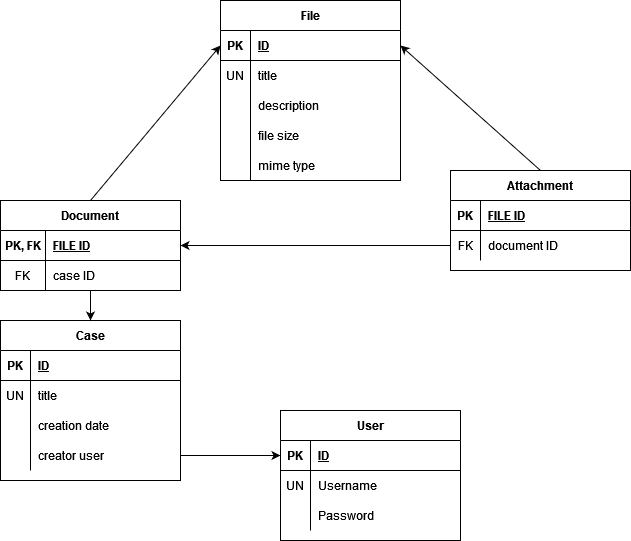
Before: Models/models.drawio.png, a diagram exported from draw.io (EvalVis/Data-storage-simulator). Source tidied: cells renumbered, new cells last; positions are measured from the earlier drawing's top-left corner, leaving out a move shared by most shapes. Its diagram source:
```xml
<mxGraphModel>
  <root>
    <mxCell id="0" />
    <mxCell id="1" parent="0" />
    <mxCell id="2" value="Case" style="shape=table;startSize=30;rowLines=0;fontStyle=1;align=center;" parent="1" vertex="1">
      <mxGeometry y="320" width="180" height="160" as="geometry" />
    </mxCell>
    <mxCell id="3" style="shape=tableRow;horizontal=0;startSize=0;swimlaneHead=0;swimlaneBody=0;fillColor=none;top=0;left=0;right=0;bottom=1;" parent="2" vertex="1">
      <mxGeometry y="30" width="180" height="30" as="geometry" />
    </mxCell>
    <mxCell id="4" value="PK" style="shape=partialRectangle;fillColor=none;top=0;left=0;bottom=0;right=0;fontStyle=1;overflow=hidden;" parent="3" vertex="1">
      <mxGeometry width="30" height="30" as="geometry" />
    </mxCell>
    <mxCell id="5" value="ID" style="shape=partialRectangle;fillColor=none;top=0;left=0;bottom=0;right=0;align=left;spacingLeft=6;fontStyle=5;overflow=hidden;" parent="3" vertex="1">
      <mxGeometry x="30" width="150" height="30" as="geometry" />
    </mxCell>
    <mxCell id="6" style="shape=tableRow;horizontal=0;startSize=0;swimlaneHead=0;swimlaneBody=0;fillColor=none;top=0;left=0;right=0;bottom=0;" parent="2" vertex="1">
      <mxGeometry y="60" width="180" height="30" as="geometry" />
    </mxCell>
    <mxCell id="7" value="UN" style="shape=partialRectangle;fillColor=none;top=0;left=0;bottom=0;right=0;overflow=hidden;" parent="6" vertex="1">
      <mxGeometry width="30" height="30" as="geometry" />
    </mxCell>
    <mxCell id="8" value="title" style="shape=partialRectangle;fillColor=none;top=0;left=0;bottom=0;right=0;align=left;spacingLeft=6;overflow=hidden;" parent="6" vertex="1">
      <mxGeometry x="30" width="150" height="30" as="geometry" />
    </mxCell>
    <mxCell id="9" style="shape=tableRow;horizontal=0;startSize=0;swimlaneHead=0;swimlaneBody=0;fillColor=none;top=0;left=0;right=0;bottom=0;" parent="2" vertex="1">
      <mxGeometry y="90" width="180" height="30" as="geometry" />
    </mxCell>
    <mxCell id="10" style="shape=partialRectangle;fillColor=none;top=0;left=0;bottom=0;right=0;overflow=hidden;" parent="9" vertex="1">
      <mxGeometry width="30" height="30" as="geometry" />
    </mxCell>
    <mxCell id="11" value="creation date" style="shape=partialRectangle;fillColor=none;top=0;left=0;bottom=0;right=0;align=left;spacingLeft=6;overflow=hidden;" parent="9" vertex="1">
      <mxGeometry x="30" width="150" height="30" as="geometry" />
    </mxCell>
    <mxCell id="12" style="shape=tableRow;horizontal=0;startSize=0;swimlaneHead=0;swimlaneBody=0;fillColor=none;points=[[0,0.5],[1,0.5]];portConstraint=eastwest;top=0;left=0;right=0;bottom=0;" parent="2" vertex="1">
      <mxGeometry y="120" width="180" height="30" as="geometry" />
    </mxCell>
    <mxCell id="13" style="shape=partialRectangle;fillColor=none;top=0;left=0;bottom=0;right=0;overflow=hidden;" parent="12" vertex="1">
      <mxGeometry width="30" height="30" as="geometry" />
    </mxCell>
    <mxCell id="14" value="creator user" style="shape=partialRectangle;fillColor=none;top=0;left=0;bottom=0;right=0;align=left;spacingLeft=6;overflow=hidden;" parent="12" vertex="1">
      <mxGeometry x="30" width="150" height="30" as="geometry" />
    </mxCell>
    <mxCell id="15" value="Document" style="shape=table;startSize=30;rowLines=0;fontStyle=1;align=center;" parent="1" vertex="1">
      <mxGeometry y="200" width="180" height="90" as="geometry" />
    </mxCell>
    <mxCell id="16" style="shape=tableRow;horizontal=0;startSize=0;swimlaneHead=0;swimlaneBody=0;fillColor=none;points=[[0,0.5],[1,0.5]];portConstraint=eastwest;top=0;left=0;right=0;bottom=1;" parent="15" vertex="1">
      <mxGeometry y="30" width="180" height="30" as="geometry" />
    </mxCell>
    <mxCell id="17" value="PK, FK" style="shape=partialRectangle;fillColor=none;top=0;left=0;bottom=0;right=0;fontStyle=1;overflow=hidden;" parent="16" vertex="1">
      <mxGeometry width="45" height="30" as="geometry" />
    </mxCell>
    <mxCell id="18" value="FILE ID" style="shape=partialRectangle;fillColor=none;top=0;left=0;bottom=0;right=0;align=left;spacingLeft=6;fontStyle=5;overflow=hidden;" parent="16" vertex="1">
      <mxGeometry x="45" width="135" height="30" as="geometry" />
    </mxCell>
    <mxCell id="19" style="shape=tableRow;horizontal=0;startSize=0;swimlaneHead=0;swimlaneBody=0;fillColor=none;top=0;left=0;right=0;bottom=0;" parent="15" vertex="1">
      <mxGeometry y="60" width="180" height="30" as="geometry" />
    </mxCell>
    <mxCell id="20" value="FK" style="shape=partialRectangle;fillColor=none;top=0;left=0;bottom=0;right=0;overflow=hidden;" parent="19" vertex="1">
      <mxGeometry width="45" height="30" as="geometry" />
    </mxCell>
    <mxCell id="21" value="case ID" style="shape=partialRectangle;fillColor=none;top=0;left=0;bottom=0;right=0;align=left;spacingLeft=6;overflow=hidden;" parent="19" vertex="1">
      <mxGeometry x="45" width="135" height="30" as="geometry" />
    </mxCell>
    <mxCell id="22" value="Attachment" style="shape=table;startSize=30;rowLines=0;fontStyle=1;align=center;" parent="1" vertex="1">
      <mxGeometry x="450" y="170" width="180" height="100" as="geometry" />
    </mxCell>
    <mxCell id="23" style="shape=tableRow;horizontal=0;startSize=0;swimlaneHead=0;swimlaneBody=0;fillColor=none;top=0;left=0;right=0;bottom=1;" parent="22" vertex="1">
      <mxGeometry y="30" width="180" height="30" as="geometry" />
    </mxCell>
    <mxCell id="24" value="PK" style="shape=partialRectangle;fillColor=none;top=0;left=0;bottom=0;right=0;fontStyle=1;overflow=hidden;" parent="23" vertex="1">
      <mxGeometry width="30" height="30" as="geometry" />
    </mxCell>
    <mxCell id="25" value="FILE ID" style="shape=partialRectangle;fillColor=none;top=0;left=0;bottom=0;right=0;align=left;spacingLeft=6;fontStyle=5;overflow=hidden;" parent="23" vertex="1">
      <mxGeometry x="30" width="150" height="30" as="geometry" />
    </mxCell>
    <mxCell id="26" style="shape=tableRow;horizontal=0;startSize=0;swimlaneHead=0;swimlaneBody=0;fillColor=none;points=[[0,0.5],[1,0.5]];portConstraint=eastwest;top=0;left=0;right=0;bottom=0;" parent="22" vertex="1">
      <mxGeometry y="60" width="180" height="30" as="geometry" />
    </mxCell>
    <mxCell id="27" value="FK" style="shape=partialRectangle;fillColor=none;top=0;left=0;bottom=0;right=0;overflow=hidden;" parent="26" vertex="1">
      <mxGeometry width="30" height="30" as="geometry" />
    </mxCell>
    <mxCell id="28" value="document ID" style="shape=partialRectangle;fillColor=none;top=0;left=0;bottom=0;right=0;align=left;spacingLeft=6;overflow=hidden;" parent="26" vertex="1">
      <mxGeometry x="30" width="150" height="30" as="geometry" />
    </mxCell>
    <mxCell id="29" style="endArrow=classic;html=1;rounded=0;entryX=1;entryY=0.5;entryDx=0;entryDy=0;exitX=0;exitY=0.5;exitDx=0;exitDy=0;" parent="1" edge="1" source="26" target="16">
      <mxGeometry relative="1" as="geometry" />
    </mxCell>
    <mxCell id="30" value="User" style="shape=table;startSize=30;rowLines=0;fontStyle=1;align=center;" parent="1" vertex="1">
      <mxGeometry x="280" y="410" width="180" height="130" as="geometry" />
    </mxCell>
    <mxCell id="31" style="shape=tableRow;horizontal=0;startSize=0;swimlaneHead=0;swimlaneBody=0;fillColor=none;points=[[0,0.5],[1,0.5]];portConstraint=eastwest;top=0;left=0;right=0;bottom=1;" parent="30" vertex="1">
      <mxGeometry y="30" width="180" height="30" as="geometry" />
    </mxCell>
    <mxCell id="32" value="PK" style="shape=partialRectangle;fillColor=none;top=0;left=0;bottom=0;right=0;fontStyle=1;overflow=hidden;" parent="31" vertex="1">
      <mxGeometry width="30" height="30" as="geometry" />
    </mxCell>
    <mxCell id="33" value="ID" style="shape=partialRectangle;fillColor=none;top=0;left=0;bottom=0;right=0;align=left;spacingLeft=6;fontStyle=5;overflow=hidden;" parent="31" vertex="1">
      <mxGeometry x="30" width="150" height="30" as="geometry" />
    </mxCell>
    <mxCell id="34" style="shape=tableRow;horizontal=0;startSize=0;swimlaneHead=0;swimlaneBody=0;fillColor=none;top=0;left=0;right=0;bottom=0;" parent="30" vertex="1">
      <mxGeometry y="60" width="180" height="30" as="geometry" />
    </mxCell>
    <mxCell id="35" value="UN" style="shape=partialRectangle;fillColor=none;top=0;left=0;bottom=0;right=0;overflow=hidden;" parent="34" vertex="1">
      <mxGeometry width="30" height="30" as="geometry" />
    </mxCell>
    <mxCell id="36" value="Username" style="shape=partialRectangle;fillColor=none;top=0;left=0;bottom=0;right=0;align=left;spacingLeft=6;overflow=hidden;" parent="34" vertex="1">
      <mxGeometry x="30" width="150" height="30" as="geometry" />
    </mxCell>
    <mxCell id="37" style="shape=tableRow;horizontal=0;startSize=0;swimlaneHead=0;swimlaneBody=0;fillColor=none;top=0;left=0;right=0;bottom=0;" parent="30" vertex="1">
      <mxGeometry y="90" width="180" height="30" as="geometry" />
    </mxCell>
    <mxCell id="38" style="shape=partialRectangle;fillColor=none;top=0;left=0;bottom=0;right=0;overflow=hidden;" parent="37" vertex="1">
      <mxGeometry width="30" height="30" as="geometry" />
    </mxCell>
    <mxCell id="39" value="Password" style="shape=partialRectangle;fillColor=none;top=0;left=0;bottom=0;right=0;align=left;spacingLeft=6;overflow=hidden;" parent="37" vertex="1">
      <mxGeometry x="30" width="150" height="30" as="geometry" />
    </mxCell>
    <mxCell id="40" style="endArrow=classic;html=1;rounded=0;entryX=0;entryY=0.5;entryDx=0;entryDy=0;exitX=1;exitY=0.5;exitDx=0;exitDy=0;" parent="1" edge="1" source="12" target="31">
      <mxGeometry relative="1" as="geometry" />
    </mxCell>
    <mxCell id="41" value="File" style="shape=table;startSize=30;rowLines=0;fontStyle=1;align=center;" parent="1" vertex="1">
      <mxGeometry x="220" width="180" height="180" as="geometry" />
    </mxCell>
    <mxCell id="42" style="shape=tableRow;horizontal=0;startSize=0;swimlaneHead=0;swimlaneBody=0;fillColor=none;points=[[0,0.5],[1,0.5]];portConstraint=eastwest;top=0;left=0;right=0;bottom=1;" parent="41" vertex="1">
      <mxGeometry y="30" width="180" height="30" as="geometry" />
    </mxCell>
    <mxCell id="43" value="PK" style="shape=partialRectangle;fillColor=none;top=0;left=0;bottom=0;right=0;fontStyle=1;overflow=hidden;" parent="42" vertex="1">
      <mxGeometry width="30" height="30" as="geometry" />
    </mxCell>
    <mxCell id="44" value="ID" style="shape=partialRectangle;fillColor=none;top=0;left=0;bottom=0;right=0;align=left;spacingLeft=6;fontStyle=5;overflow=hidden;" parent="42" vertex="1">
      <mxGeometry x="30" width="150" height="30" as="geometry" />
    </mxCell>
    <mxCell id="45" style="shape=tableRow;horizontal=0;startSize=0;swimlaneHead=0;swimlaneBody=0;fillColor=none;top=0;left=0;right=0;bottom=0;" parent="41" vertex="1">
      <mxGeometry y="60" width="180" height="30" as="geometry" />
    </mxCell>
    <mxCell id="46" value="UN" style="shape=partialRectangle;fillColor=none;top=0;left=0;bottom=0;right=0;overflow=hidden;" parent="45" vertex="1">
      <mxGeometry width="30" height="30" as="geometry" />
    </mxCell>
    <mxCell id="47" value="title" style="shape=partialRectangle;fillColor=none;top=0;left=0;bottom=0;right=0;align=left;spacingLeft=6;overflow=hidden;" parent="45" vertex="1">
      <mxGeometry x="30" width="150" height="30" as="geometry" />
    </mxCell>
    <mxCell id="48" style="shape=tableRow;horizontal=0;startSize=0;swimlaneHead=0;swimlaneBody=0;fillColor=none;top=0;left=0;right=0;bottom=0;" parent="41" vertex="1">
      <mxGeometry y="90" width="180" height="30" as="geometry" />
    </mxCell>
    <mxCell id="49" style="shape=partialRectangle;fillColor=none;top=0;left=0;bottom=0;right=0;overflow=hidden;" parent="48" vertex="1">
      <mxGeometry width="30" height="30" as="geometry" />
    </mxCell>
    <mxCell id="50" value="description" style="shape=partialRectangle;fillColor=none;top=0;left=0;bottom=0;right=0;align=left;spacingLeft=6;overflow=hidden;" parent="48" vertex="1">
      <mxGeometry x="30" width="150" height="30" as="geometry" />
    </mxCell>
    <mxCell id="51" style="shape=tableRow;horizontal=0;startSize=0;swimlaneHead=0;swimlaneBody=0;fillColor=none;top=0;left=0;right=0;bottom=0;" parent="41" vertex="1">
      <mxGeometry y="120" width="180" height="30" as="geometry" />
    </mxCell>
    <mxCell id="52" style="shape=partialRectangle;fillColor=none;top=0;left=0;bottom=0;right=0;overflow=hidden;" parent="51" vertex="1">
      <mxGeometry width="30" height="30" as="geometry" />
    </mxCell>
    <mxCell id="53" value="file size" style="shape=partialRectangle;fillColor=none;top=0;left=0;bottom=0;right=0;align=left;spacingLeft=6;overflow=hidden;" parent="51" vertex="1">
      <mxGeometry x="30" width="150" height="30" as="geometry" />
    </mxCell>
    <mxCell id="54" style="shape=tableRow;horizontal=0;startSize=0;swimlaneHead=0;swimlaneBody=0;fillColor=none;top=0;left=0;right=0;bottom=0;" parent="41" vertex="1">
      <mxGeometry y="150" width="180" height="30" as="geometry" />
    </mxCell>
    <mxCell id="55" style="shape=partialRectangle;fillColor=none;top=0;left=0;bottom=0;right=0;overflow=hidden;" parent="54" vertex="1">
      <mxGeometry width="30" height="30" as="geometry" />
    </mxCell>
    <mxCell id="56" value="mime type" style="shape=partialRectangle;fillColor=none;top=0;left=0;bottom=0;right=0;align=left;spacingLeft=6;overflow=hidden;" parent="54" vertex="1">
      <mxGeometry x="30" width="150" height="30" as="geometry" />
    </mxCell>
    <mxCell id="57" style="endArrow=classic;html=1;rounded=0;exitX=0.5;exitY=0;exitDx=0;exitDy=0;entryX=0;entryY=0.5;entryDx=0;entryDy=0;" parent="1" edge="1" source="15" target="42">
      <mxGeometry relative="1" as="geometry" />
    </mxCell>
    <mxCell id="58" style="endArrow=classic;html=1;rounded=0;exitX=0.5;exitY=0;exitDx=0;exitDy=0;entryX=1;entryY=0.5;entryDx=0;entryDy=0;" parent="1" edge="1" source="22" target="42">
      <mxGeometry relative="1" as="geometry" />
    </mxCell>
    <mxCell id="59" style="endArrow=classic;html=1;rounded=0;entryX=0.5;entryY=0;entryDx=0;entryDy=0;" parent="1" edge="1" target="2">
      <mxGeometry relative="1" as="geometry">
        <mxPoint x="90" y="290" as="sourcePoint" />
      </mxGeometry>
    </mxCell>
  </root>
</mxGraphModel>
```
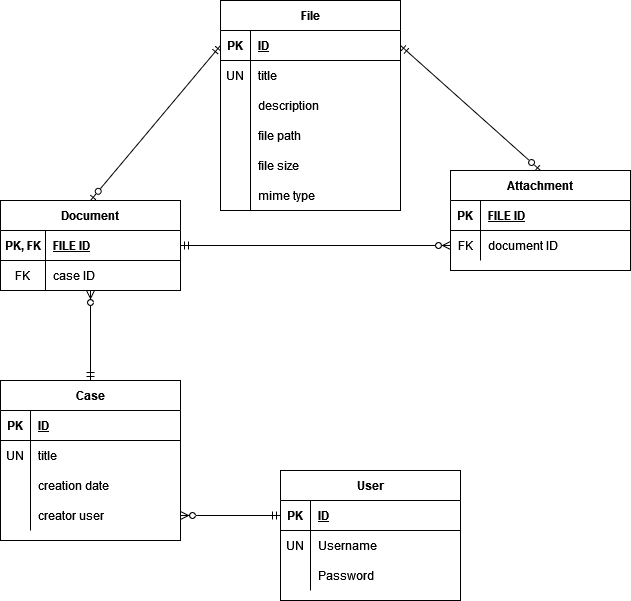
The same file after the commit.

Diff of the diagram source:
```diff
@@ -3,7 +3,7 @@
     <mxCell id="0" />
     <mxCell id="1" parent="0" />
     <mxCell id="2" value="Case" style="shape=table;startSize=30;rowLines=0;fontStyle=1;align=center;" parent="1" vertex="1">
-      <mxGeometry y="320" width="180" height="160" as="geometry" />
+      <mxGeometry y="380" width="180" height="160" as="geometry" />
     </mxCell>
     <mxCell id="3" style="shape=tableRow;horizontal=0;startSize=0;swimlaneHead=0;swimlaneBody=0;fillColor=none;top=0;left=0;right=0;bottom=1;" parent="2" vertex="1">
       <mxGeometry y="30" width="180" height="30" as="geometry" />
@@ -83,11 +83,11 @@
     <mxCell id="28" value="document ID" style="shape=partialRectangle;fillColor=none;top=0;left=0;bottom=0;right=0;align=left;spacingLeft=6;overflow=hidden;" parent="26" vertex="1">
       <mxGeometry x="30" width="150" height="30" as="geometry" />
     </mxCell>
-    <mxCell id="29" style="endArrow=classic;html=1;rounded=0;entryX=1;entryY=0.5;entryDx=0;entryDy=0;exitX=0;exitY=0.5;exitDx=0;exitDy=0;" parent="1" edge="1" source="26" target="16">
+    <mxCell id="29" style="endArrow=ERmandOne;html=1;rounded=0;entryX=1;entryY=0.5;entryDx=0;entryDy=0;exitX=0;exitY=0.5;exitDx=0;exitDy=0;startArrow=ERzeroToMany;startFill=0;endFill=0;" parent="1" edge="1" source="26" target="16">
       <mxGeometry relative="1" as="geometry" />
     </mxCell>
     <mxCell id="30" value="User" style="shape=table;startSize=30;rowLines=0;fontStyle=1;align=center;" parent="1" vertex="1">
-      <mxGeometry x="280" y="410" width="180" height="130" as="geometry" />
+      <mxGeometry x="280" y="470" width="180" height="130" as="geometry" />
     </mxCell>
     <mxCell id="31" style="shape=tableRow;horizontal=0;startSize=0;swimlaneHead=0;swimlaneBody=0;fillColor=none;points=[[0,0.5],[1,0.5]];portConstraint=eastwest;top=0;left=0;right=0;bottom=1;" parent="30" vertex="1">
       <mxGeometry y="30" width="180" height="30" as="geometry" />
@@ -116,11 +116,11 @@
     <mxCell id="39" value="Password" style="shape=partialRectangle;fillColor=none;top=0;left=0;bottom=0;right=0;align=left;spacingLeft=6;overflow=hidden;" parent="37" vertex="1">
       <mxGeometry x="30" width="150" height="30" as="geometry" />
     </mxCell>
-    <mxCell id="40" style="endArrow=classic;html=1;rounded=0;entryX=0;entryY=0.5;entryDx=0;entryDy=0;exitX=1;exitY=0.5;exitDx=0;exitDy=0;" parent="1" edge="1" source="12" target="31">
+    <mxCell id="40" style="endArrow=ERmandOne;html=1;rounded=0;entryX=0;entryY=0.5;entryDx=0;entryDy=0;exitX=1;exitY=0.5;exitDx=0;exitDy=0;endFill=0;startArrow=ERzeroToMany;startFill=0;" parent="1" edge="1" source="12" target="31">
       <mxGeometry relative="1" as="geometry" />
     </mxCell>
     <mxCell id="41" value="File" style="shape=table;startSize=30;rowLines=0;fontStyle=1;align=center;" parent="1" vertex="1">
-      <mxGeometry x="220" width="180" height="180" as="geometry" />
+      <mxGeometry x="220" width="180" height="210" as="geometry" />
     </mxCell>
     <mxCell id="42" style="shape=tableRow;horizontal=0;startSize=0;swimlaneHead=0;swimlaneBody=0;fillColor=none;points=[[0,0.5],[1,0.5]];portConstraint=eastwest;top=0;left=0;right=0;bottom=1;" parent="41" vertex="1">
       <mxGeometry y="30" width="180" height="30" as="geometry" />
@@ -149,8 +149,17 @@
     <mxCell id="50" value="description" style="shape=partialRectangle;fillColor=none;top=0;left=0;bottom=0;right=0;align=left;spacingLeft=6;overflow=hidden;" parent="48" vertex="1">
       <mxGeometry x="30" width="150" height="30" as="geometry" />
     </mxCell>
+    <mxCell id="60" style="shape=tableRow;horizontal=0;startSize=0;swimlaneHead=0;swimlaneBody=0;fillColor=none;top=0;left=0;right=0;bottom=0;" parent="41" vertex="1">
+      <mxGeometry y="120" width="180" height="30" as="geometry" />
+    </mxCell>
+    <mxCell id="61" style="shape=partialRectangle;fillColor=none;top=0;left=0;bottom=0;right=0;overflow=hidden;" parent="60" vertex="1">
+      <mxGeometry width="30" height="30" as="geometry" />
+    </mxCell>
+    <mxCell id="62" value="file path" style="shape=partialRectangle;fillColor=none;top=0;left=0;bottom=0;right=0;align=left;spacingLeft=6;overflow=hidden;" parent="60" vertex="1">
+      <mxGeometry x="30" width="150" height="30" as="geometry" />
+    </mxCell>
     <mxCell id="51" style="shape=tableRow;horizontal=0;startSize=0;swimlaneHead=0;swimlaneBody=0;fillColor=none;top=0;left=0;right=0;bottom=0;" parent="41" vertex="1">
-      <mxGeometry y="120" width="180" height="30" as="geometry" />
+      <mxGeometry y="150" width="180" height="30" as="geometry" />
     </mxCell>
     <mxCell id="52" style="shape=partialRectangle;fillColor=none;top=0;left=0;bottom=0;right=0;overflow=hidden;" parent="51" vertex="1">
       <mxGeometry width="30" height="30" as="geometry" />
@@ -159,7 +168,7 @@
       <mxGeometry x="30" width="150" height="30" as="geometry" />
     </mxCell>
     <mxCell id="54" style="shape=tableRow;horizontal=0;startSize=0;swimlaneHead=0;swimlaneBody=0;fillColor=none;top=0;left=0;right=0;bottom=0;" parent="41" vertex="1">
-      <mxGeometry y="150" width="180" height="30" as="geometry" />
+      <mxGeometry y="180" width="180" height="30" as="geometry" />
     </mxCell>
     <mxCell id="55" style="shape=partialRectangle;fillColor=none;top=0;left=0;bottom=0;right=0;overflow=hidden;" parent="54" vertex="1">
       <mxGeometry width="30" height="30" as="geometry" />
@@ -167,13 +176,13 @@
     <mxCell id="56" value="mime type" style="shape=partialRectangle;fillColor=none;top=0;left=0;bottom=0;right=0;align=left;spacingLeft=6;overflow=hidden;" parent="54" vertex="1">
       <mxGeometry x="30" width="150" height="30" as="geometry" />
     </mxCell>
-    <mxCell id="57" style="endArrow=classic;html=1;rounded=0;exitX=0.5;exitY=0;exitDx=0;exitDy=0;entryX=0;entryY=0.5;entryDx=0;entryDy=0;" parent="1" edge="1" source="15" target="42">
+    <mxCell id="57" style="endArrow=ERmandOne;html=1;rounded=0;exitX=0.5;exitY=0;exitDx=0;exitDy=0;entryX=0;entryY=0.5;entryDx=0;entryDy=0;endFill=0;startArrow=ERzeroToOne;startFill=0;" parent="1" edge="1" source="15" target="42">
       <mxGeometry relative="1" as="geometry" />
     </mxCell>
-    <mxCell id="58" style="endArrow=classic;html=1;rounded=0;exitX=0.5;exitY=0;exitDx=0;exitDy=0;entryX=1;entryY=0.5;entryDx=0;entryDy=0;" parent="1" edge="1" source="22" target="42">
+    <mxCell id="58" style="endArrow=ERmandOne;html=1;rounded=0;exitX=0.5;exitY=0;exitDx=0;exitDy=0;entryX=1;entryY=0.5;entryDx=0;entryDy=0;endFill=0;startArrow=ERzeroToOne;startFill=0;" parent="1" edge="1" source="22" target="42">
       <mxGeometry relative="1" as="geometry" />
     </mxCell>
-    <mxCell id="59" style="endArrow=classic;html=1;rounded=0;entryX=0.5;entryY=0;entryDx=0;entryDy=0;" parent="1" edge="1" target="2">
+    <mxCell id="59" style="endArrow=ERmandOne;html=1;rounded=0;entryX=0.5;entryY=0;entryDx=0;entryDy=0;endFill=0;startArrow=ERzeroToMany;startFill=0;" parent="1" edge="1" target="2">
       <mxGeometry relative="1" as="geometry">
         <mxPoint x="90" y="290" as="sourcePoint" />
       </mxGeometry>
```
